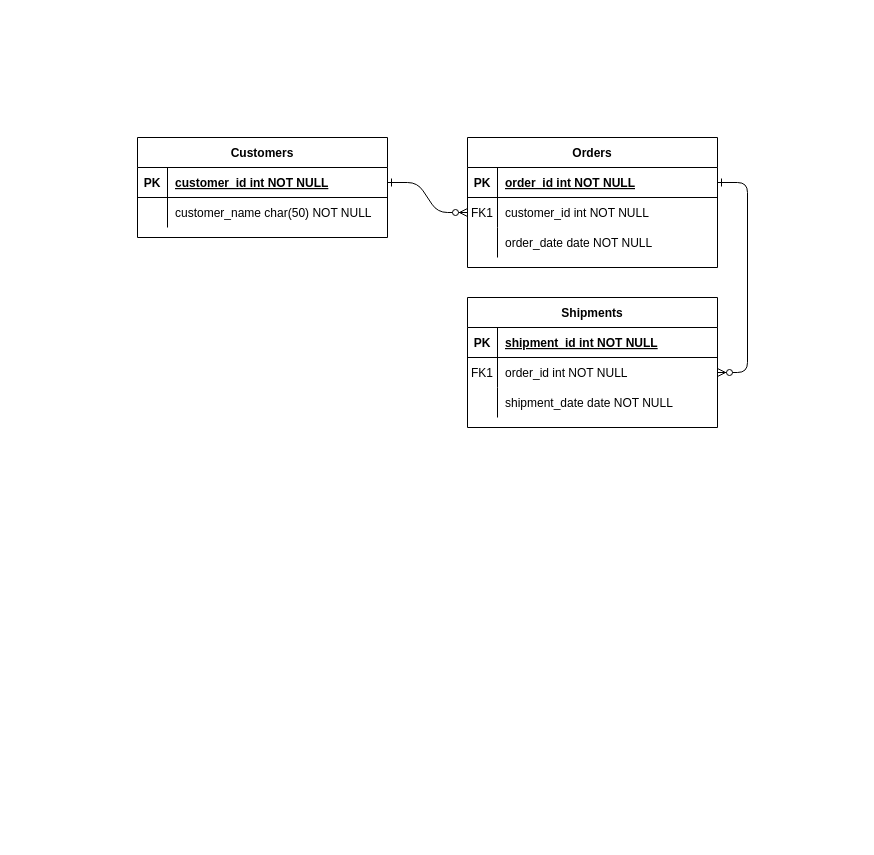
Earlier version of the draw.io diagram Untitled Diagram.drawio (vapon/diagramSamples2). Source tidied: cells renumbered, new cells numbered last; positions are measured from the earlier drawing's top-left corner, leaving out a move shared by most shapes. Both pictures are drawn from the tidied source at 100%, with x=0, y=0 at pixel (137, 137).
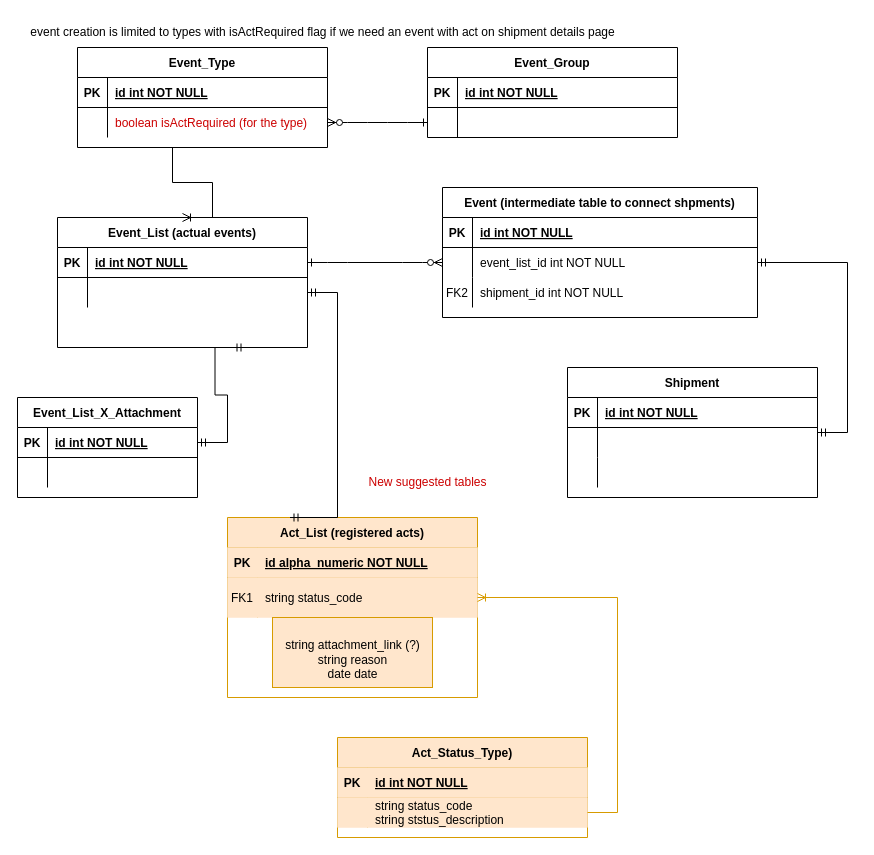
The same page after the edit.

The change refers to these unchanged cells:
```xml
<mxCell id="15" style="shape=partialRectangle;fillColor=none;top=0;left=0;right=0;bottom=1;" parent="14" vertex="1">
  <mxGeometry y="30" width="250" height="30" as="geometry" />
</mxCell>
<mxCell id="18" style="shape=partialRectangle;fillColor=none;points=[[0,0.5],[1,0.5]];portConstraint=eastwest;top=0;left=0;right=0;bottom=0;" parent="14" vertex="1">
  <mxGeometry y="60" width="250" height="30" as="geometry" />
</mxCell>
<mxCell id="21" style="shape=partialRectangle;fillColor=none;top=0;left=0;right=0;bottom=0;" parent="14" vertex="1">
  <mxGeometry y="90" width="250" height="30" as="geometry" />
</mxCell>
<mxCell id="25" style="shape=partialRectangle;fillColor=none;points=[[0,0.5],[1,0.5]];portConstraint=eastwest;top=0;left=0;right=0;bottom=1;" parent="24" vertex="1">
  <mxGeometry y="30" width="250" height="30" as="geometry" />
</mxCell>
<mxCell id="28" style="shape=partialRectangle;fillColor=none;points=[[0,0.5],[1,0.5]];portConstraint=eastwest;top=0;left=0;right=0;bottom=0;" parent="24" vertex="1">
  <mxGeometry y="60" width="250" height="30" as="geometry" />
</mxCell>
```

What changed in the source:
```diff
@@
-    <mxCell id="3" style="edgeStyle=entityRelationEdgeStyle;endArrow=ERzeroToMany;startArrow=ERone;endFill=1;startFill=0;" parent="1" edge="1" source="5" target="18">
-      <mxGeometry relative="1" as="geometry" />
-    </mxCell>
-    <mxCell id="4" value="Orders" style="shape=table;startSize=30;childLayout=tableLayout;rowLines=0;fontStyle=1;align=center;" parent="1" vertex="1">
-      <mxGeometry x="330" width="250" height="130" as="geometry" />
+    <mxCell id="4" value="Event (intermediate table to connect shpments)" style="shape=table;startSize=30;childLayout=tableLayout;rowLines=0;fontStyle=1;align=center;" parent="1" vertex="1">
+      <mxGeometry x="305" y="50" width="315" height="130" as="geometry" />
     </mxCell>
     <mxCell id="5" style="shape=partialRectangle;fillColor=none;points=[[0,0.5],[1,0.5]];portConstraint=eastwest;top=0;left=0;right=0;bottom=1;" parent="4" vertex="1">
-      <mxGeometry y="30" width="250" height="30" as="geometry" />
+      <mxGeometry y="30" width="315" height="30" as="geometry" />
     </mxCell>
@@
-    <mxCell id="7" value="order_id int NOT NULL " style="shape=partialRectangle;overflow=hidden;fillColor=none;top=0;left=0;bottom=0;right=0;align=left;spacingLeft=6;fontStyle=5;" parent="5" vertex="1">
-      <mxGeometry x="30" width="220" height="30" as="geometry" />
+    <mxCell id="7" value="id int NOT NULL " style="shape=partialRectangle;overflow=hidden;fillColor=none;top=0;left=0;bottom=0;right=0;align=left;spacingLeft=6;fontStyle=5;" parent="5" vertex="1">
+      <mxGeometry x="30" width="285" height="30" as="geometry" />
     </mxCell>
     <mxCell id="8" style="shape=partialRectangle;fillColor=none;points=[[0,0.5],[1,0.5]];portConstraint=eastwest;top=0;left=0;right=0;bottom=0;" parent="4" vertex="1">
-      <mxGeometry y="60" width="250" height="30" as="geometry" />
+      <mxGeometry y="60" width="315" height="30" as="geometry" />
     </mxCell>
-    <mxCell id="9" value="FK1" style="shape=partialRectangle;overflow=hidden;fillColor=none;top=0;left=0;bottom=0;right=0;" parent="8" vertex="1">
+    <mxCell id="9" style="shape=partialRectangle;overflow=hidden;fillColor=none;top=0;left=0;bottom=0;right=0;" parent="8" vertex="1">
       <mxGeometry width="30" height="30" as="geometry" />
     </mxCell>
-    <mxCell id="10" value="customer_id int NOT NULL" style="shape=partialRectangle;overflow=hidden;fillColor=none;top=0;left=0;bottom=0;right=0;align=left;spacingLeft=6;" parent="8" vertex="1">
-      <mxGeometry x="30" width="220" height="30" as="geometry" />
+    <mxCell id="10" value="event_list_id int NOT NULL" style="shape=partialRectangle;overflow=hidden;fillColor=none;top=0;left=0;bottom=0;right=0;align=left;spacingLeft=6;" parent="8" vertex="1">
+      <mxGeometry x="30" width="285" height="30" as="geometry" />
     </mxCell>
     <mxCell id="11" style="shape=partialRectangle;fillColor=none;top=0;left=0;right=0;bottom=0;" parent="4" vertex="1">
-      <mxGeometry y="90" width="250" height="30" as="geometry" />
+      <mxGeometry y="90" width="315" height="30" as="geometry" />
     </mxCell>
-    <mxCell id="12" style="shape=partialRectangle;overflow=hidden;fillColor=none;top=0;left=0;bottom=0;right=0;" parent="11" vertex="1">
+    <mxCell id="12" value="FK2" style="shape=partialRectangle;overflow=hidden;fillColor=none;top=0;left=0;bottom=0;right=0;" parent="11" vertex="1">
       <mxGeometry width="30" height="30" as="geometry" />
     </mxCell>
-    <mxCell id="13" value="order_date date NOT NULL" style="shape=partialRectangle;overflow=hidden;fillColor=none;top=0;left=0;bottom=0;right=0;align=left;spacingLeft=6;" parent="11" vertex="1">
-      <mxGeometry x="30" width="220" height="30" as="geometry" />
+    <mxCell id="13" value="shipment_id int NOT NULL" style="shape=partialRectangle;overflow=hidden;fillColor=none;top=0;left=0;bottom=0;right=0;align=left;spacingLeft=6;" parent="11" vertex="1">
+      <mxGeometry x="30" width="285" height="30" as="geometry" />
     </mxCell>
-    <mxCell id="14" value="Shipments" style="shape=table;startSize=30;childLayout=tableLayout;rowLines=0;fontStyle=1;align=center;" parent="1" vertex="1">
-      <mxGeometry x="330" y="160" width="250" height="130" as="geometry" />
+    <mxCell id="14" value="Shipment" style="shape=table;startSize=30;childLayout=tableLayout;rowLines=0;fontStyle=1;align=center;" parent="1" vertex="1">
+      <mxGeometry x="430" y="230" width="250" height="130" as="geometry" />
     </mxCell>
@@
-    <mxCell id="17" value="shipment_id int NOT NULL " style="shape=partialRectangle;overflow=hidden;fillColor=none;top=0;left=0;bottom=0;right=0;align=left;spacingLeft=6;fontStyle=5;" parent="15" vertex="1">
+    <mxCell id="17" value="id int NOT NULL " style="shape=partialRectangle;overflow=hidden;fillColor=none;top=0;left=0;bottom=0;right=0;align=left;spacingLeft=6;fontStyle=5;" parent="15" vertex="1">
       <mxGeometry x="30" width="220" height="30" as="geometry" />
     </mxCell>
@@
-    <mxCell id="19" value="FK1" style="shape=partialRectangle;overflow=hidden;fillColor=none;top=0;left=0;bottom=0;right=0;" parent="18" vertex="1">
+    <mxCell id="19" style="shape=partialRectangle;overflow=hidden;fillColor=none;top=0;left=0;bottom=0;right=0;" parent="18" vertex="1">
       <mxGeometry width="30" height="30" as="geometry" />
     </mxCell>
-    <mxCell id="20" value="order_id int NOT NULL" style="shape=partialRectangle;overflow=hidden;fillColor=none;top=0;left=0;bottom=0;right=0;align=left;spacingLeft=6;" parent="18" vertex="1">
+    <mxCell id="20" style="shape=partialRectangle;overflow=hidden;fillColor=none;top=0;left=0;bottom=0;right=0;align=left;spacingLeft=6;" parent="18" vertex="1">
       <mxGeometry x="30" width="220" height="30" as="geometry" />
     </mxCell>
@@
-    <mxCell id="23" value="shipment_date date NOT NULL" style="shape=partialRectangle;overflow=hidden;fillColor=none;top=0;left=0;bottom=0;right=0;align=left;spacingLeft=6;" parent="21" vertex="1">
+    <mxCell id="23" style="shape=partialRectangle;overflow=hidden;fillColor=none;top=0;left=0;bottom=0;right=0;align=left;spacingLeft=6;" parent="21" vertex="1">
       <mxGeometry x="30" width="220" height="30" as="geometry" />
     </mxCell>
-    <mxCell id="24" value="Customers" style="shape=table;startSize=30;childLayout=tableLayout;rowLines=0;fontStyle=1;align=center;" parent="1" vertex="1">
-      <mxGeometry width="250" height="100" as="geometry" />
+    <mxCell id="24" value="Event_List (actual events)" style="shape=table;startSize=30;childLayout=tableLayout;rowLines=0;fontStyle=1;align=center;" parent="1" vertex="1">
+      <mxGeometry x="-80" y="80" width="250" height="130" as="geometry" />
     </mxCell>
@@
-    <mxCell id="27" value="customer_id int NOT NULL " style="shape=partialRectangle;overflow=hidden;fillColor=none;top=0;left=0;bottom=0;right=0;align=left;spacingLeft=6;fontStyle=5;" parent="25" vertex="1">
+    <mxCell id="27" value="id int NOT NULL " style="shape=partialRectangle;overflow=hidden;fillColor=none;top=0;left=0;bottom=0;right=0;align=left;spacingLeft=6;fontStyle=5;" parent="25" vertex="1">
       <mxGeometry x="30" width="220" height="30" as="geometry" />
     </mxCell>
@@
-    <mxCell id="30" value="customer_name char(50) NOT NULL" style="shape=partialRectangle;overflow=hidden;fillColor=none;top=0;left=0;bottom=0;right=0;align=left;spacingLeft=6;" parent="28" vertex="1">
+    <mxCell id="30" style="shape=partialRectangle;overflow=hidden;fillColor=none;top=0;left=0;bottom=0;right=0;align=left;spacingLeft=6;" parent="28" vertex="1">
       <mxGeometry x="30" width="220" height="30" as="geometry" />
     </mxCell>
+    <mxCell id="31" style="edgeStyle=entityRelationEdgeStyle;fontSize=12;html=1;endArrow=ERmandOne;startArrow=ERmandOne;rounded=0;" parent="1" edge="1" source="14" target="8">
+      <mxGeometry relative="1" as="geometry">
+        <Array as="points">
+          <mxPoint x="802.5" y="184" />
+          <mxPoint x="690" y="120" />
+          <mxPoint x="690" y="110" />
+        </Array>
+      </mxGeometry>
+    </mxCell>
+    <mxCell id="32" value="Event_Type" style="shape=table;startSize=30;childLayout=tableLayout;rowLines=0;fontStyle=1;align=center;" parent="1" vertex="1">
+      <mxGeometry x="-60" y="-90" width="250" height="100" as="geometry" />
+    </mxCell>
+    <mxCell id="33" style="shape=partialRectangle;fillColor=none;top=0;left=0;right=0;bottom=1;" parent="32" vertex="1">
+      <mxGeometry y="30" width="250" height="30" as="geometry" />
+    </mxCell>
+    <mxCell id="34" value="PK" style="shape=partialRectangle;overflow=hidden;fillColor=none;top=0;left=0;bottom=0;right=0;fontStyle=1;" parent="33" vertex="1">
+      <mxGeometry width="30" height="30" as="geometry" />
+    </mxCell>
+    <mxCell id="35" value="id int NOT NULL " style="shape=partialRectangle;overflow=hidden;fillColor=none;top=0;left=0;bottom=0;right=0;align=left;spacingLeft=6;fontStyle=5;" parent="33" vertex="1">
+      <mxGeometry x="30" width="220" height="30" as="geometry" />
+    </mxCell>
+    <mxCell id="36" style="shape=partialRectangle;fillColor=none;points=[[0,0.5],[1,0.5]];portConstraint=eastwest;top=0;left=0;right=0;bottom=0;" parent="32" vertex="1">
+      <mxGeometry y="60" width="250" height="30" as="geometry" />
+    </mxCell>
+    <mxCell id="37" style="shape=partialRectangle;overflow=hidden;fillColor=none;top=0;left=0;bottom=0;right=0;" parent="36" vertex="1">
+      <mxGeometry width="30" height="30" as="geometry" />
+    </mxCell>
+    <mxCell id="38" value="boolean isActRequired (for the type)" style="shape=partialRectangle;overflow=hidden;fillColor=none;top=0;left=0;bottom=0;right=0;align=left;spacingLeft=6;fontColor=#CC0000;" parent="36" vertex="1">
+      <mxGeometry x="30" width="220" height="30" as="geometry" />
+    </mxCell>
+    <mxCell id="39" value="Event_Group" style="shape=table;startSize=30;childLayout=tableLayout;rowLines=0;fontStyle=1;align=center;" parent="1" vertex="1">
+      <mxGeometry x="290" y="-90" width="250" height="90" as="geometry" />
+    </mxCell>
+    <mxCell id="40" style="shape=partialRectangle;fillColor=none;top=0;left=0;right=0;bottom=1;" parent="39" vertex="1">
+      <mxGeometry y="30" width="250" height="30" as="geometry" />
+    </mxCell>
+    <mxCell id="41" value="PK" style="shape=partialRectangle;overflow=hidden;fillColor=none;top=0;left=0;bottom=0;right=0;fontStyle=1;" parent="40" vertex="1">
+      <mxGeometry width="30" height="30" as="geometry" />
+    </mxCell>
+    <mxCell id="42" value="id int NOT NULL " style="shape=partialRectangle;overflow=hidden;fillColor=none;top=0;left=0;bottom=0;right=0;align=left;spacingLeft=6;fontStyle=5;" parent="40" vertex="1">
+      <mxGeometry x="30" width="220" height="30" as="geometry" />
+    </mxCell>
+    <mxCell id="43" style="shape=partialRectangle;fillColor=none;points=[[0,0.5],[1,0.5]];portConstraint=eastwest;top=0;left=0;right=0;bottom=0;" parent="39" vertex="1">
+      <mxGeometry y="60" width="250" height="30" as="geometry" />
+    </mxCell>
+    <mxCell id="44" style="shape=partialRectangle;overflow=hidden;fillColor=none;top=0;left=0;bottom=0;right=0;" parent="43" vertex="1">
+      <mxGeometry width="30" height="30" as="geometry" />
+    </mxCell>
+    <mxCell id="45" style="shape=partialRectangle;overflow=hidden;fillColor=none;top=0;left=0;bottom=0;right=0;align=left;spacingLeft=6;" parent="43" vertex="1">
+      <mxGeometry x="30" width="220" height="30" as="geometry" />
+    </mxCell>
+    <mxCell id="46" style="edgeStyle=entityRelationEdgeStyle;endArrow=ERzeroToMany;startArrow=ERone;endFill=1;startFill=0;exitX=0;exitY=0.5;exitDx=0;exitDy=0;" parent="1" edge="1" source="43" target="36">
+      <mxGeometry relative="1" as="geometry" />
+    </mxCell>
+    <mxCell id="47" style="edgeStyle=entityRelationEdgeStyle;fontSize=12;html=1;endArrow=ERoneToMany;rounded=0;exitX=0.5;exitY=1;exitDx=0;exitDy=0;entryX=0.5;entryY=0;entryDx=0;entryDy=0;" parent="1" edge="1" source="32" target="24">
+      <mxGeometry relative="1" as="geometry">
+        <Array as="points">
+          <mxPoint x="50" y="40" />
+        </Array>
+      </mxGeometry>
+    </mxCell>
+    <mxCell id="48" value="Event_List_X_Attachment" style="shape=table;startSize=30;childLayout=tableLayout;rowLines=0;fontStyle=1;align=center;" parent="1" vertex="1">
+      <mxGeometry x="-120" y="260" width="180" height="100" as="geometry" />
+    </mxCell>
+    <mxCell id="49" style="shape=partialRectangle;fillColor=none;points=[[0,0.5],[1,0.5]];portConstraint=eastwest;top=0;left=0;right=0;bottom=1;" parent="48" vertex="1">
+      <mxGeometry y="30" width="180" height="30" as="geometry" />
+    </mxCell>
+    <mxCell id="50" value="PK" style="shape=partialRectangle;overflow=hidden;fillColor=none;top=0;left=0;bottom=0;right=0;fontStyle=1;" parent="49" vertex="1">
+      <mxGeometry width="30" height="30" as="geometry" />
+    </mxCell>
+    <mxCell id="51" value="id int NOT NULL " style="shape=partialRectangle;overflow=hidden;fillColor=none;top=0;left=0;bottom=0;right=0;align=left;spacingLeft=6;fontStyle=5;" parent="49" vertex="1">
+      <mxGeometry x="30" width="150" height="30" as="geometry" />
+    </mxCell>
+    <mxCell id="52" style="shape=partialRectangle;fillColor=none;top=0;left=0;right=0;bottom=0;" parent="48" vertex="1">
+      <mxGeometry y="60" width="180" height="30" as="geometry" />
+    </mxCell>
+    <mxCell id="53" style="shape=partialRectangle;overflow=hidden;fillColor=none;top=0;left=0;bottom=0;right=0;" parent="52" vertex="1">
+      <mxGeometry width="30" height="30" as="geometry" />
+    </mxCell>
+    <mxCell id="54" style="shape=partialRectangle;overflow=hidden;fillColor=none;top=0;left=0;bottom=0;right=0;align=left;spacingLeft=6;" parent="52" vertex="1">
+      <mxGeometry x="30" width="150" height="30" as="geometry" />
+    </mxCell>
+    <mxCell id="55" style="edgeStyle=entityRelationEdgeStyle;fontSize=12;html=1;endArrow=ERmandOne;startArrow=ERmandOne;rounded=0;exitX=1;exitY=0.5;exitDx=0;exitDy=0;entryX=0.75;entryY=1;entryDx=0;entryDy=0;" parent="1" edge="1" source="49" target="24">
+      <mxGeometry relative="1" as="geometry">
+        <Array as="points">
+          <mxPoint x="210" y="330" />
+          <mxPoint x="110" y="210" />
+        </Array>
+      </mxGeometry>
+    </mxCell>
+    <mxCell id="56" value="Act_List (registered acts)" style="shape=table;startSize=30;childLayout=tableLayout;rowLines=0;fontStyle=1;align=center;fillColor=#ffe6cc;strokeColor=#d79b00;" parent="1" vertex="1">
+      <mxGeometry x="90" y="380" width="250" height="180" as="geometry" />
+    </mxCell>
+    <mxCell id="57" style="shape=partialRectangle;fillColor=#ffe6cc;top=0;left=0;right=0;bottom=1;strokeColor=#d79b00;" parent="56" vertex="1">
+      <mxGeometry y="30" width="250" height="30" as="geometry" />
+    </mxCell>
+    <mxCell id="58" value="PK" style="shape=partialRectangle;overflow=hidden;fillColor=#ffe6cc;top=0;left=0;bottom=0;right=0;fontStyle=1;strokeColor=#d79b00;" parent="57" vertex="1">
+      <mxGeometry width="30" height="30" as="geometry" />
+    </mxCell>
+    <mxCell id="59" value="id alpha_numeric NOT NULL " style="shape=partialRectangle;overflow=hidden;fillColor=#ffe6cc;top=0;left=0;bottom=0;right=0;align=left;spacingLeft=6;fontStyle=5;strokeColor=#d79b00;" parent="57" vertex="1">
+      <mxGeometry x="30" width="220" height="30" as="geometry" />
+    </mxCell>
+    <mxCell id="60" style="shape=partialRectangle;fillColor=#ffe6cc;points=[[0,0.5],[1,0.5]];portConstraint=eastwest;top=0;left=0;right=0;bottom=0;strokeColor=#d79b00;" parent="56" vertex="1">
+      <mxGeometry y="60" width="250" height="40" as="geometry" />
+    </mxCell>
+    <mxCell id="61" value="FK1" style="shape=partialRectangle;overflow=hidden;fillColor=#ffe6cc;top=0;left=0;bottom=0;right=0;strokeColor=#d79b00;" parent="60" vertex="1">
+      <mxGeometry width="30" height="40" as="geometry" />
+    </mxCell>
+    <mxCell id="62" value="string status_code" style="shape=partialRectangle;overflow=hidden;fillColor=#ffe6cc;top=0;left=0;bottom=0;right=0;align=left;spacingLeft=6;strokeColor=#d79b00;" parent="60" vertex="1">
+      <mxGeometry x="30" width="220" height="40" as="geometry" />
+    </mxCell>
+    <mxCell id="63" style="edgeStyle=entityRelationEdgeStyle;fontSize=12;html=1;endArrow=ERmandOne;startArrow=ERmandOne;rounded=0;exitX=0.25;exitY=0;exitDx=0;exitDy=0;" parent="1" edge="1" source="56" target="28">
+      <mxGeometry relative="1" as="geometry">
+        <Array as="points">
+          <mxPoint x="240" y="310" />
+          <mxPoint x="250" y="250" />
+          <mxPoint x="170" y="250" />
+        </Array>
+      </mxGeometry>
+    </mxCell>
+    <mxCell id="64" value="Act_Status_Type)" style="shape=table;startSize=30;childLayout=tableLayout;rowLines=0;fontStyle=1;align=center;fillColor=#ffe6cc;strokeColor=#d79b00;" parent="1" vertex="1">
+      <mxGeometry x="200" y="600" width="250" height="100" as="geometry" />
+    </mxCell>
+    <mxCell id="65" style="shape=partialRectangle;fillColor=#ffe6cc;top=0;left=0;right=0;bottom=1;strokeColor=#d79b00;" parent="64" vertex="1">
+      <mxGeometry y="30" width="250" height="30" as="geometry" />
+    </mxCell>
+    <mxCell id="66" value="PK" style="shape=partialRectangle;overflow=hidden;fillColor=#ffe6cc;top=0;left=0;bottom=0;right=0;fontStyle=1;strokeColor=#d79b00;" parent="65" vertex="1">
+      <mxGeometry width="30" height="30" as="geometry" />
+    </mxCell>
+    <mxCell id="67" value="id int NOT NULL " style="shape=partialRectangle;overflow=hidden;fillColor=#ffe6cc;top=0;left=0;bottom=0;right=0;align=left;spacingLeft=6;fontStyle=5;strokeColor=#d79b00;" parent="65" vertex="1">
+      <mxGeometry x="30" width="220" height="30" as="geometry" />
+    </mxCell>
+    <mxCell id="68" style="shape=partialRectangle;fillColor=#ffe6cc;points=[[0,0.5],[1,0.5]];portConstraint=eastwest;top=0;left=0;right=0;bottom=0;strokeColor=#d79b00;" parent="64" vertex="1">
+      <mxGeometry y="60" width="250" height="30" as="geometry" />
+    </mxCell>
+    <mxCell id="69" style="shape=partialRectangle;overflow=hidden;fillColor=#ffe6cc;top=0;left=0;bottom=0;right=0;strokeColor=#d79b00;" parent="68" vertex="1">
+      <mxGeometry width="30" height="30" as="geometry" />
+    </mxCell>
+    <mxCell id="70" value="string status_code&#10;string ststus_description" style="shape=partialRectangle;overflow=hidden;fillColor=#ffe6cc;top=0;left=0;bottom=0;right=0;align=left;spacingLeft=6;strokeColor=#d79b00;" parent="68" vertex="1">
+      <mxGeometry x="30" width="220" height="30" as="geometry" />
+    </mxCell>
+    <mxCell id="71" style="edgeStyle=entityRelationEdgeStyle;fontSize=12;html=1;endArrow=ERoneToMany;rounded=0;fillColor=#ffe6cc;strokeColor=#d79b00;" parent="1" edge="1" source="68" target="60">
+      <mxGeometry relative="1" as="geometry">
+        <Array as="points">
+          <mxPoint x="180" y="630" />
+          <mxPoint x="330" y="420" />
+          <mxPoint x="240" y="530" />
+        </Array>
+      </mxGeometry>
+    </mxCell>
+    <mxCell id="72" value="&lt;br style=&quot;border-color: var(--border-color); padding: 0px; margin: 0px; text-align: left;&quot;&gt;&lt;span style=&quot;text-align: left;&quot;&gt;string attachment_link (?)&lt;/span&gt;&lt;br style=&quot;border-color: var(--border-color); padding: 0px; margin: 0px; text-align: left;&quot;&gt;&lt;span style=&quot;text-align: left;&quot;&gt;string reason&lt;/span&gt;&lt;br style=&quot;border-color: var(--border-color); padding: 0px; margin: 0px; text-align: left;&quot;&gt;&lt;span style=&quot;text-align: left;&quot;&gt;date date&lt;/span&gt;" style="text;html=1;align=center;verticalAlign=middle;strokeColor=#d79b00;fillColor=#ffe6cc;" parent="1" vertex="1">
+      <mxGeometry x="135" y="480" width="160" height="70" as="geometry" />
+    </mxCell>
+    <mxCell id="73" value="event creation is limited to types with isActRequired flag if we need an event with act on shipment details page" style="text;html=1;align=center;verticalAlign=middle;strokeColor=none;fillColor=none;" parent="1" vertex="1">
+      <mxGeometry x="-120" y="-120" width="610" height="30" as="geometry" />
+    </mxCell>
+    <mxCell id="74" value="&lt;font color=&quot;#cc0000&quot;&gt;New suggested tables&lt;/font&gt;" style="text;html=1;align=center;verticalAlign=middle;strokeColor=none;fillColor=none;" parent="1" vertex="1">
+      <mxGeometry x="220" y="330" width="140" height="30" as="geometry" />
+    </mxCell>
```
